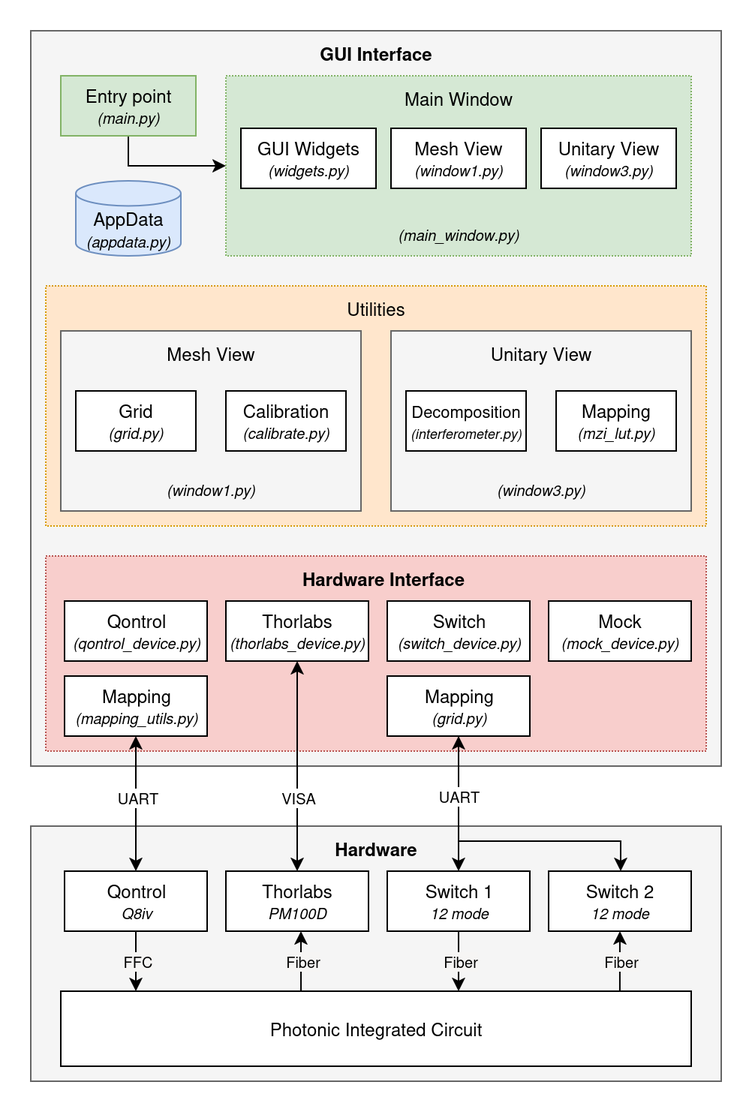
Foosa7/MZIC keeps this draw.io diagram as docs/assets/APP_ARCH.drawio.png. Above is the earlier version. Source tidied: cells renumbered, new cells last; positions are measured from the earlier drawing's top-left corner, leaving out a move shared by most shapes.
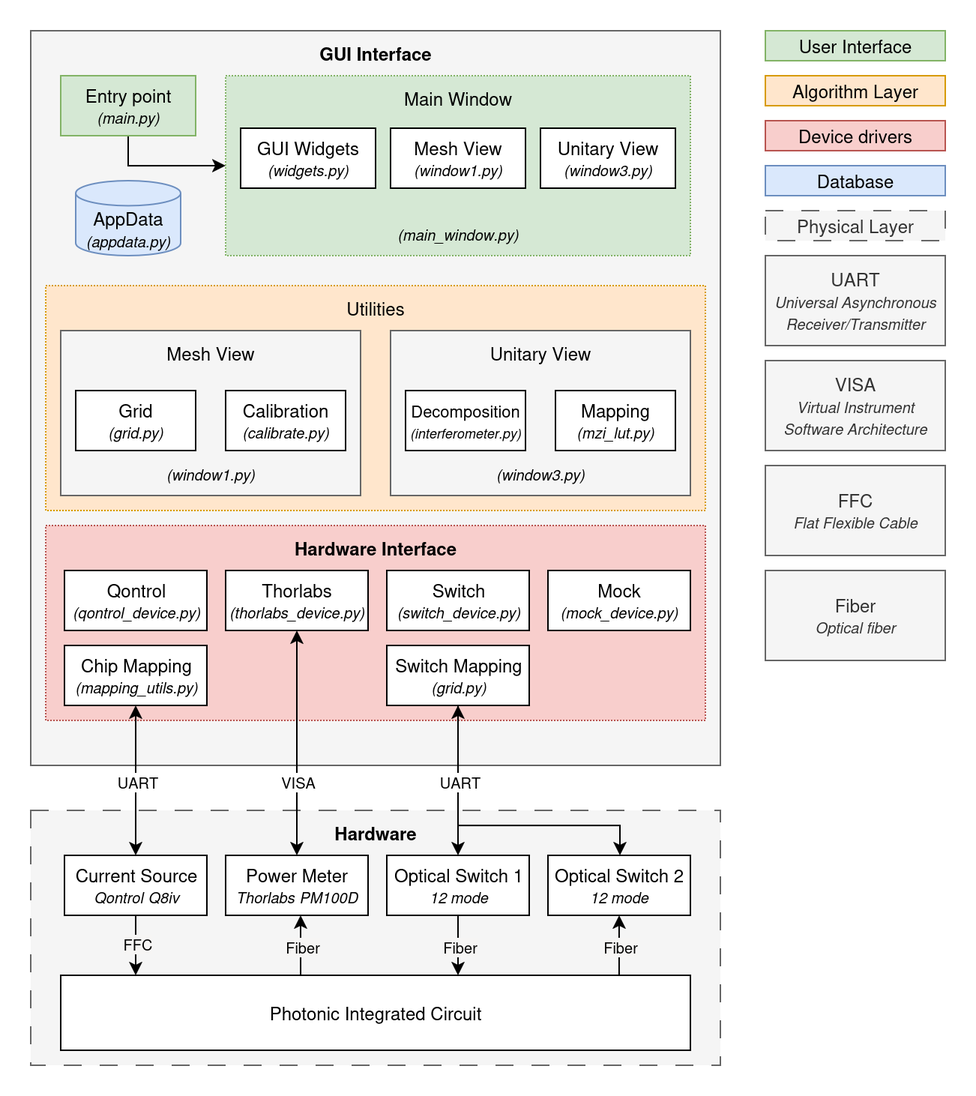
Later version of the same file.

What changed in the source:
```diff
@@ -2,8 +2,8 @@
   <root>
     <mxCell id="0" />
     <mxCell id="1" parent="0" />
-    <mxCell id="2" style="rounded=0;whiteSpace=wrap;html=1;fillColor=#f5f5f5;fontColor=#333333;strokeColor=#666666;" parent="1" vertex="1">
-      <mxGeometry y="530" width="460" height="170" as="geometry" />
+    <mxCell id="2" style="rounded=0;whiteSpace=wrap;html=1;fillColor=#f5f5f5;strokeColor=#666666;fontColor=#333333;fillStyle=auto;dashed=1;dashPattern=12 12;" parent="1" vertex="1">
+      <mxGeometry y="520" width="460" height="170" as="geometry" />
     </mxCell>
     <mxCell id="3" style="rounded=0;whiteSpace=wrap;html=1;fillColor=#f5f5f5;fontColor=#333333;strokeColor=#666666;" parent="1" vertex="1">
       <mxGeometry width="460" height="490" as="geometry" />
@@ -37,13 +37,13 @@
       <mxGeometry width="460" height="30" as="geometry" />
     </mxCell>
     <mxCell id="12" style="rounded=0;whiteSpace=wrap;html=1;dashed=1;dashPattern=1 1;fillColor=#ffe6cc;strokeColor=#d79b00;" parent="1" vertex="1">
-      <mxGeometry x="10" y="170" width="440" height="160" as="geometry" />
+      <mxGeometry x="10" y="170" width="440" height="150" as="geometry" />
     </mxCell>
     <mxCell id="13" value="Utilities" style="text;html=1;align=center;verticalAlign=middle;whiteSpace=wrap;rounded=0;dashed=1;dashPattern=12 12;" parent="1" vertex="1">
       <mxGeometry x="10" y="170" width="440" height="30" as="geometry" />
     </mxCell>
     <mxCell id="14" style="rounded=0;whiteSpace=wrap;html=1;fillColor=#f5f5f5;fontColor=#333333;strokeColor=#666666;" parent="1" vertex="1">
-      <mxGeometry x="20" y="200" width="200" height="120" as="geometry" />
+      <mxGeometry x="20" y="200" width="200" height="110" as="geometry" />
     </mxCell>
     <mxCell id="15" value="Main Window" style="text;html=1;align=center;verticalAlign=middle;whiteSpace=wrap;rounded=0;" parent="1" vertex="1">
       <mxGeometry x="130" y="30" width="310" height="30" as="geometry" />
@@ -52,7 +52,7 @@
       <mxGeometry x="20" y="200" width="200" height="30" as="geometry" />
     </mxCell>
     <mxCell id="17" value="&lt;font style=&quot;font-size: 10px;&quot;&gt;&lt;i&gt;(window1.py)&lt;/i&gt;&lt;/font&gt;" style="text;html=1;align=center;verticalAlign=middle;whiteSpace=wrap;rounded=0;" parent="1" vertex="1">
-      <mxGeometry x="70" y="290" width="100" height="30" as="geometry" />
+      <mxGeometry x="70" y="280" width="100" height="30" as="geometry" />
     </mxCell>
     <mxCell id="18" value="&lt;div&gt;Grid&lt;br&gt;&lt;/div&gt;&lt;div&gt;&lt;div&gt;&lt;i&gt;&lt;font style=&quot;font-size: 10px;&quot;&gt;(grid.py)&lt;/font&gt;&lt;/i&gt;&lt;/div&gt;&lt;/div&gt;" style="rounded=0;whiteSpace=wrap;html=1;" parent="1" vertex="1">
       <mxGeometry x="30" y="240" width="80" height="40" as="geometry" />
@@ -61,7 +61,7 @@
       <mxGeometry x="130" y="240" width="80" height="40" as="geometry" />
     </mxCell>
     <mxCell id="20" style="rounded=0;whiteSpace=wrap;html=1;fillStyle=auto;fillColor=#f5f5f5;fontColor=#333333;strokeColor=#666666;" parent="1" vertex="1">
-      <mxGeometry x="240" y="200" width="200" height="120" as="geometry" />
+      <mxGeometry x="240" y="200" width="200" height="110" as="geometry" />
     </mxCell>
     <mxCell id="21" value="&lt;div&gt;&lt;br&gt;&lt;/div&gt;&lt;div&gt;AppData&lt;/div&gt;&lt;font style=&quot;font-size: 10px;&quot;&gt;&lt;i&gt;(appdata.py)&lt;/i&gt;&lt;/font&gt;" style="strokeWidth=1;html=1;shape=mxgraph.flowchart.database;whiteSpace=wrap;fillColor=#dae8fc;strokeColor=#6c8ebf;" parent="1" vertex="1">
       <mxGeometry x="30" y="100" width="70" height="50" as="geometry" />
@@ -70,7 +70,7 @@
       <mxGeometry x="240" y="200" width="200" height="30" as="geometry" />
     </mxCell>
     <mxCell id="23" value="&lt;font style=&quot;font-size: 10px;&quot;&gt;&lt;i&gt;(window3.py)&lt;/i&gt;&lt;/font&gt;" style="text;html=1;align=center;verticalAlign=middle;whiteSpace=wrap;rounded=0;" parent="1" vertex="1">
-      <mxGeometry x="290" y="290" width="100" height="30" as="geometry" />
+      <mxGeometry x="290" y="280" width="100" height="30" as="geometry" />
     </mxCell>
     <mxCell id="24" value="&lt;div&gt;&lt;font style=&quot;font-size: 11px;&quot;&gt;Decomposition&lt;/font&gt;&lt;/div&gt;&lt;div&gt;&lt;div&gt;&lt;font style=&quot;font-size: 9px;&quot;&gt;&lt;i&gt;&lt;font&gt;(interferometer.py)&lt;/font&gt;&lt;/i&gt;&lt;/font&gt;&lt;/div&gt;&lt;/div&gt;" style="rounded=0;whiteSpace=wrap;html=1;" parent="1" vertex="1">
       <mxGeometry x="250" y="240" width="80" height="40" as="geometry" />
@@ -79,39 +79,41 @@
       <mxGeometry x="350" y="240" width="80" height="40" as="geometry" />
     </mxCell>
     <mxCell id="26" style="rounded=0;whiteSpace=wrap;html=1;dashed=1;dashPattern=1 1;fillColor=#f8cecc;strokeColor=#b85450;" parent="1" vertex="1">
-      <mxGeometry x="10" y="350" width="440" height="130" as="geometry" />
+      <mxGeometry x="10" y="330" width="440" height="130" as="geometry" />
     </mxCell>
     <mxCell id="27" value="&lt;b&gt;Hardware Interface&lt;/b&gt;" style="text;html=1;align=center;verticalAlign=middle;whiteSpace=wrap;rounded=0;strokeColor=none;" parent="1" vertex="1">
-      <mxGeometry x="10" y="350" width="450" height="30" as="geometry" />
+      <mxGeometry x="10" y="330" width="440" height="30" as="geometry" />
     </mxCell>
     <mxCell id="28" value="&lt;div&gt;Qontrol&lt;br&gt;&lt;/div&gt;&lt;div&gt;&lt;div&gt;&lt;i&gt;&lt;font style=&quot;font-size: 10px;&quot;&gt;(qontrol_device.py)&lt;/font&gt;&lt;/i&gt;&lt;/div&gt;&lt;/div&gt;" style="rounded=0;whiteSpace=wrap;html=1;" parent="1" vertex="1">
-      <mxGeometry x="22.5" y="380" width="95" height="40" as="geometry" />
+      <mxGeometry x="22.5" y="360" width="95" height="40" as="geometry" />
     </mxCell>
     <mxCell id="29" style="edgeStyle=orthogonalEdgeStyle;rounded=0;jettySize=auto;html=1;startArrow=classic;startFill=1;" parent="1" edge="1" source="31" target="45">
       <mxGeometry relative="1" as="geometry" />
     </mxCell>
     <mxCell id="30" value="&lt;font style=&quot;font-size: 10px;&quot;&gt;VISA&lt;/font&gt;" style="edgeLabel;html=1;align=center;verticalAlign=middle;" parent="29" vertex="1">
-      <mxGeometry x="0.28" relative="1" as="geometry" />
+      <mxGeometry x="0.28" relative="1" as="geometry">
+        <mxPoint y="4" as="offset" />
+      </mxGeometry>
     </mxCell>
     <mxCell id="31" value="&lt;div&gt;Thorlabs&lt;br&gt;&lt;/div&gt;&lt;div&gt;&lt;div&gt;&lt;i&gt;&lt;font style=&quot;font-size: 10px;&quot;&gt;(thorlabs_device.py)&lt;/font&gt;&lt;/i&gt;&lt;/div&gt;&lt;/div&gt;" style="rounded=0;whiteSpace=wrap;html=1;" parent="1" vertex="1">
-      <mxGeometry x="130" y="380" width="95" height="40" as="geometry" />
+      <mxGeometry x="130" y="360" width="95" height="40" as="geometry" />
     </mxCell>
     <mxCell id="32" value="&lt;div&gt;Switch&lt;br&gt;&lt;/div&gt;&lt;div&gt;&lt;div&gt;&lt;i&gt;&lt;font style=&quot;font-size: 10px;&quot;&gt;(switch_device.py)&lt;/font&gt;&lt;/i&gt;&lt;/div&gt;&lt;/div&gt;" style="rounded=0;whiteSpace=wrap;html=1;" parent="1" vertex="1">
-      <mxGeometry x="237.5" y="380" width="95" height="40" as="geometry" />
+      <mxGeometry x="237.5" y="360" width="95" height="40" as="geometry" />
     </mxCell>
     <mxCell id="33" value="&lt;div&gt;Mock&lt;br&gt;&lt;/div&gt;&lt;div&gt;&lt;div&gt;&lt;i&gt;&lt;font style=&quot;font-size: 10px;&quot;&gt;(mock_device.py)&lt;/font&gt;&lt;/i&gt;&lt;/div&gt;&lt;/div&gt;" style="rounded=0;whiteSpace=wrap;html=1;" parent="1" vertex="1">
-      <mxGeometry x="345" y="380" width="95" height="40" as="geometry" />
+      <mxGeometry x="345" y="360" width="95" height="40" as="geometry" />
     </mxCell>
     <mxCell id="34" style="edgeStyle=orthogonalEdgeStyle;rounded=0;jettySize=auto;html=1;startArrow=classic;startFill=1;" parent="1" edge="1" source="36" target="44">
       <mxGeometry relative="1" as="geometry" />
     </mxCell>
     <mxCell id="35" value="&lt;font style=&quot;font-size: 10px;&quot;&gt;UART&lt;/font&gt;" style="edgeLabel;html=1;align=center;verticalAlign=middle;" parent="34" vertex="1">
       <mxGeometry x="-0.18" relative="1" as="geometry">
-        <mxPoint y="3" as="offset" />
+        <mxPoint y="9" as="offset" />
       </mxGeometry>
     </mxCell>
-    <mxCell id="36" value="&lt;div&gt;Mapping&lt;br&gt;&lt;/div&gt;&lt;div&gt;&lt;div&gt;&lt;i&gt;&lt;font style=&quot;font-size: 10px;&quot;&gt;(mapping_utils.py)&lt;/font&gt;&lt;/i&gt;&lt;/div&gt;&lt;/div&gt;" style="rounded=0;whiteSpace=wrap;html=1;" parent="1" vertex="1">
-      <mxGeometry x="22.5" y="430" width="95" height="40" as="geometry" />
+    <mxCell id="36" value="&lt;div&gt;Chip Mapping&lt;br&gt;&lt;/div&gt;&lt;div&gt;&lt;div&gt;&lt;i&gt;&lt;font style=&quot;font-size: 10px;&quot;&gt;(mapping_utils.py)&lt;/font&gt;&lt;/i&gt;&lt;/div&gt;&lt;/div&gt;" style="rounded=0;whiteSpace=wrap;html=1;" parent="1" vertex="1">
+      <mxGeometry x="22.5" y="410" width="95" height="40" as="geometry" />
     </mxCell>
     <mxCell id="37" style="edgeStyle=orthogonalEdgeStyle;rounded=0;jettySize=auto;html=1;entryX=0.5;entryY=0;entryDx=0;entryDy=0;" parent="1" edge="1" source="40" target="48">
       <mxGeometry relative="1" as="geometry" />
@@ -119,60 +121,62 @@
     <mxCell id="38" style="edgeStyle=orthogonalEdgeStyle;rounded=0;jettySize=auto;html=1;startArrow=classic;startFill=1;" parent="1" edge="1" source="40" target="49">
       <mxGeometry relative="1" as="geometry">
         <Array as="points">
-          <mxPoint x="285" y="540" />
-          <mxPoint x="393" y="540" />
+          <mxPoint x="285" y="530" />
+          <mxPoint x="393" y="530" />
         </Array>
       </mxGeometry>
     </mxCell>
     <mxCell id="39" value="&lt;font style=&quot;font-size: 10px;&quot;&gt;UART&lt;/font&gt;" style="edgeLabel;html=1;align=center;verticalAlign=middle;" parent="38" vertex="1">
-      <mxGeometry x="-0.6" y="-1" relative="1" as="geometry" />
+      <mxGeometry x="-0.6" y="-1" relative="1" as="geometry">
+        <mxPoint x="1" y="9" as="offset" />
+      </mxGeometry>
     </mxCell>
-    <mxCell id="40" value="&lt;div&gt;Mapping&lt;br&gt;&lt;/div&gt;&lt;div&gt;&lt;div&gt;&lt;i&gt;&lt;font style=&quot;font-size: 10px;&quot;&gt;(grid.py)&lt;/font&gt;&lt;/i&gt;&lt;/div&gt;&lt;/div&gt;" style="rounded=0;whiteSpace=wrap;html=1;" parent="1" vertex="1">
-      <mxGeometry x="237.5" y="430" width="95" height="40" as="geometry" />
+    <mxCell id="40" value="&lt;div&gt;Switch Mapping&lt;br&gt;&lt;/div&gt;&lt;div&gt;&lt;div&gt;&lt;i&gt;&lt;font style=&quot;font-size: 10px;&quot;&gt;(grid.py)&lt;/font&gt;&lt;/i&gt;&lt;/div&gt;&lt;/div&gt;" style="rounded=0;whiteSpace=wrap;html=1;" parent="1" vertex="1">
+      <mxGeometry x="237.5" y="410" width="95" height="40" as="geometry" />
     </mxCell>
     <mxCell id="41" value="&lt;b&gt;Hardware&lt;br&gt;&lt;/b&gt;" style="text;html=1;align=center;verticalAlign=middle;whiteSpace=wrap;rounded=0;strokeColor=none;" parent="1" vertex="1">
-      <mxGeometry y="530" width="460" height="30" as="geometry" />
+      <mxGeometry y="520" width="460" height="30" as="geometry" />
     </mxCell>
     <mxCell id="42" style="edgeStyle=orthogonalEdgeStyle;rounded=0;jettySize=auto;html=1;" parent="1" edge="1" source="44" target="50">
       <mxGeometry relative="1" as="geometry">
         <Array as="points">
-          <mxPoint x="70" y="640" />
-          <mxPoint x="70" y="640" />
+          <mxPoint x="70" y="630" />
+          <mxPoint x="70" y="630" />
         </Array>
       </mxGeometry>
     </mxCell>
     <mxCell id="43" value="&lt;font style=&quot;font-size: 10px;&quot;&gt;FFC&lt;/font&gt;" style="edgeLabel;html=1;align=center;verticalAlign=middle;labelBackgroundColor=light-dark(#f6f5f4, #ededed);" parent="42" vertex="1">
       <mxGeometry x="-0.06" relative="1" as="geometry" />
     </mxCell>
-    <mxCell id="44" value="&lt;div&gt;Qontrol&lt;/div&gt;&lt;div&gt;&lt;i&gt;&lt;font style=&quot;font-size: 10px;&quot;&gt;Q8iv&lt;/font&gt;&lt;/i&gt;&lt;br&gt;&lt;/div&gt;" style="rounded=0;whiteSpace=wrap;html=1;" parent="1" vertex="1">
-      <mxGeometry x="22.5" y="560" width="95" height="40" as="geometry" />
+    <mxCell id="44" value="&lt;div&gt;Current Source&lt;br&gt;&lt;/div&gt;&lt;div&gt;&lt;font style=&quot;font-size: 10px;&quot;&gt;&lt;i&gt;Qontrol&lt;/i&gt;&lt;/font&gt; &lt;i&gt;&lt;font style=&quot;font-size: 10px;&quot;&gt;Q8iv&lt;/font&gt;&lt;/i&gt;&lt;br&gt;&lt;/div&gt;" style="rounded=0;whiteSpace=wrap;html=1;" parent="1" vertex="1">
+      <mxGeometry x="22.5" y="550" width="95" height="40" as="geometry" />
     </mxCell>
-    <mxCell id="45" value="&lt;div&gt;Thorlabs&lt;br&gt;&lt;/div&gt;&lt;div&gt;&lt;div&gt;&lt;i&gt;&lt;font style=&quot;font-size: 10px;&quot;&gt;PM100D&lt;/font&gt;&lt;/i&gt;&lt;/div&gt;&lt;/div&gt;" style="rounded=0;whiteSpace=wrap;html=1;" parent="1" vertex="1">
-      <mxGeometry x="130" y="560" width="95" height="40" as="geometry" />
+    <mxCell id="45" value="&lt;div&gt;Power Meter&lt;br&gt;&lt;/div&gt;&lt;div&gt;&lt;div&gt;&lt;font style=&quot;font-size: 10px;&quot;&gt;&lt;i&gt;Thorlabs&lt;/i&gt;&lt;/font&gt; &lt;i&gt;&lt;font style=&quot;font-size: 10px;&quot;&gt;PM100D&lt;/font&gt;&lt;/i&gt;&lt;/div&gt;&lt;/div&gt;" style="rounded=0;whiteSpace=wrap;html=1;" parent="1" vertex="1">
+      <mxGeometry x="130" y="550" width="95" height="40" as="geometry" />
     </mxCell>
     <mxCell id="46" style="edgeStyle=orthogonalEdgeStyle;rounded=0;jettySize=auto;html=1;" parent="1" edge="1" source="48" target="50">
       <mxGeometry relative="1" as="geometry">
         <Array as="points">
-          <mxPoint x="285" y="640" />
-          <mxPoint x="285" y="640" />
+          <mxPoint x="285" y="630" />
+          <mxPoint x="285" y="630" />
         </Array>
       </mxGeometry>
     </mxCell>
     <mxCell id="47" value="&lt;font style=&quot;font-size: 10px;&quot;&gt;Fiber&lt;/font&gt;" style="edgeLabel;html=1;align=center;verticalAlign=middle;labelBackgroundColor=light-dark(#f6f5f4, #ededed);" parent="46" vertex="1">
       <mxGeometry x="-0.03" relative="1" as="geometry" />
     </mxCell>
-    <mxCell id="48" value="&lt;div&gt;Switch 1&lt;/div&gt;&lt;div&gt;&lt;font style=&quot;font-size: 10px;&quot;&gt;&lt;i&gt;12 mode&lt;/i&gt;&lt;/font&gt;&lt;br&gt;&lt;/div&gt;" style="rounded=0;whiteSpace=wrap;html=1;" parent="1" vertex="1">
-      <mxGeometry x="237.5" y="560" width="95" height="40" as="geometry" />
+    <mxCell id="48" value="&lt;div&gt;Optical Switch 1&lt;/div&gt;&lt;div&gt;&lt;font style=&quot;font-size: 10px;&quot;&gt;&lt;i&gt;12 mode&lt;/i&gt;&lt;/font&gt;&lt;br&gt;&lt;/div&gt;" style="rounded=0;whiteSpace=wrap;html=1;" parent="1" vertex="1">
+      <mxGeometry x="237.5" y="550" width="95" height="40" as="geometry" />
     </mxCell>
-    <mxCell id="49" value="&lt;div&gt;Switch 2&lt;br&gt;&lt;/div&gt;&lt;div&gt;&lt;font style=&quot;font-size: 10px;&quot;&gt;&lt;i&gt;12 mode&lt;/i&gt;&lt;/font&gt;&lt;br&gt;&lt;/div&gt;" style="rounded=0;whiteSpace=wrap;html=1;" parent="1" vertex="1">
-      <mxGeometry x="345" y="560" width="95" height="40" as="geometry" />
+    <mxCell id="49" value="Optical Switch 2&lt;br&gt;&lt;div&gt;&lt;font style=&quot;font-size: 10px;&quot;&gt;&lt;i&gt;12 mode&lt;/i&gt;&lt;/font&gt;&lt;br&gt;&lt;/div&gt;" style="rounded=0;whiteSpace=wrap;html=1;" parent="1" vertex="1">
+      <mxGeometry x="345" y="550" width="95" height="40" as="geometry" />
     </mxCell>
     <mxCell id="50" value="Photonic Integrated Circuit" style="rounded=0;whiteSpace=wrap;html=1;" parent="1" vertex="1">
-      <mxGeometry x="20" y="640" width="420" height="50" as="geometry" />
+      <mxGeometry x="20" y="630" width="420" height="50" as="geometry" />
     </mxCell>
     <mxCell id="51" style="endArrow=classic;html=1;rounded=0;exitX=0.381;exitY=0;exitDx=0;exitDy=0;exitPerimeter=0;" parent="1" edge="1" source="50">
       <mxGeometry relative="1" as="geometry">
-        <mxPoint x="180" y="600" as="targetPoint" />
+        <mxPoint x="180" y="590" as="targetPoint" />
       </mxGeometry>
     </mxCell>
     <mxCell id="52" value="&lt;font style=&quot;font-size: 10px;&quot;&gt;Fiber&lt;/font&gt;" style="edgeLabel;html=1;align=center;verticalAlign=middle;labelBackgroundColor=light-dark(#f6f5f4, #ededed);" parent="51" vertex="1">
@@ -180,12 +184,39 @@
     </mxCell>
     <mxCell id="53" style="endArrow=classic;html=1;rounded=0;exitX=0.381;exitY=0;exitDx=0;exitDy=0;exitPerimeter=0;" parent="1" edge="1">
       <mxGeometry relative="1" as="geometry">
-        <mxPoint x="392.5" y="640" as="sourcePoint" />
-        <mxPoint x="392.5" y="600" as="targetPoint" />
+        <mxPoint x="392.5" y="630" as="sourcePoint" />
+        <mxPoint x="392.5" y="590" as="targetPoint" />
       </mxGeometry>
     </mxCell>
     <mxCell id="54" value="&lt;font style=&quot;font-size: 10px;&quot;&gt;Fiber&lt;/font&gt;" style="edgeLabel;html=1;align=center;verticalAlign=middle;labelBackgroundColor=light-dark(#f6f5f4, #ededed);" parent="53" vertex="1">
       <mxGeometry x="0.03" relative="1" as="geometry" />
     </mxCell>
+    <mxCell id="55" value="User Interface" style="rounded=0;whiteSpace=wrap;html=1;fillColor=#d5e8d4;strokeColor=#82b366;" parent="1" vertex="1">
+      <mxGeometry x="490" width="120" height="20" as="geometry" />
+    </mxCell>
+    <mxCell id="56" value="Algorithm Layer" style="rounded=0;whiteSpace=wrap;html=1;fillColor=#ffe6cc;strokeColor=#d79b00;" parent="1" vertex="1">
+      <mxGeometry x="490" y="30" width="120" height="20" as="geometry" />
+    </mxCell>
+    <mxCell id="57" value="Device drivers" style="rounded=0;whiteSpace=wrap;html=1;fillColor=#f8cecc;strokeColor=#b85450;" parent="1" vertex="1">
+      <mxGeometry x="490" y="60" width="120" height="20" as="geometry" />
+    </mxCell>
+    <mxCell id="58" value="&lt;div&gt;UART&lt;/div&gt;&lt;div&gt;&lt;font style=&quot;font-size: 10px;&quot;&gt;&lt;i&gt;Universal Asynchronous Receiver/Transmitter&lt;/i&gt;&lt;/font&gt;&lt;/div&gt;" style="rounded=0;whiteSpace=wrap;html=1;fillColor=#f5f5f5;fontColor=#333333;strokeColor=#666666;" parent="1" vertex="1">
+      <mxGeometry x="490" y="150" width="120" height="60" as="geometry" />
+    </mxCell>
+    <mxCell id="59" value="&lt;div&gt;VISA&lt;/div&gt;&lt;div&gt;&lt;font style=&quot;font-size: 10px;&quot;&gt;&lt;i&gt;Virtual Instrument Software Architecture&lt;/i&gt;&lt;/font&gt;&lt;/div&gt;" style="rounded=0;whiteSpace=wrap;html=1;fillColor=#f5f5f5;fontColor=#333333;strokeColor=#666666;" parent="1" vertex="1">
+      <mxGeometry x="490" y="220" width="120" height="60" as="geometry" />
+    </mxCell>
+    <mxCell id="60" value="&lt;div&gt;FFC&lt;/div&gt;&lt;font style=&quot;font-size: 10px;&quot;&gt;&lt;span&gt;&lt;em&gt;Flat Flexible Cable&lt;/em&gt;&lt;/span&gt;&lt;/font&gt;" style="rounded=0;whiteSpace=wrap;html=1;fillColor=#f5f5f5;fontColor=#333333;strokeColor=#666666;" parent="1" vertex="1">
+      <mxGeometry x="490" y="290" width="120" height="60" as="geometry" />
+    </mxCell>
+    <mxCell id="61" value="&lt;div&gt;Fiber&lt;br&gt;&lt;/div&gt;&lt;font style=&quot;font-size: 10px;&quot;&gt;&lt;em&gt;Optical fiber&lt;br&gt;&lt;/em&gt;&lt;/font&gt;" style="rounded=0;whiteSpace=wrap;html=1;fillColor=#f5f5f5;fontColor=#333333;strokeColor=#666666;" parent="1" vertex="1">
+      <mxGeometry x="490" y="360" width="120" height="60" as="geometry" />
+    </mxCell>
+    <mxCell id="62" value="Database" style="rounded=0;whiteSpace=wrap;html=1;fillColor=#dae8fc;strokeColor=#6c8ebf;" parent="1" vertex="1">
+      <mxGeometry x="490" y="90" width="120" height="20" as="geometry" />
+    </mxCell>
+    <mxCell id="63" value="Physical Layer" style="rounded=0;whiteSpace=wrap;html=1;fillColor=#f5f5f5;strokeColor=#666666;fontColor=#333333;dashed=1;dashPattern=12 12;" parent="1" vertex="1">
+      <mxGeometry x="490" y="120" width="120" height="20" as="geometry" />
+    </mxCell>
   </root>
 </mxGraphModel>
```
